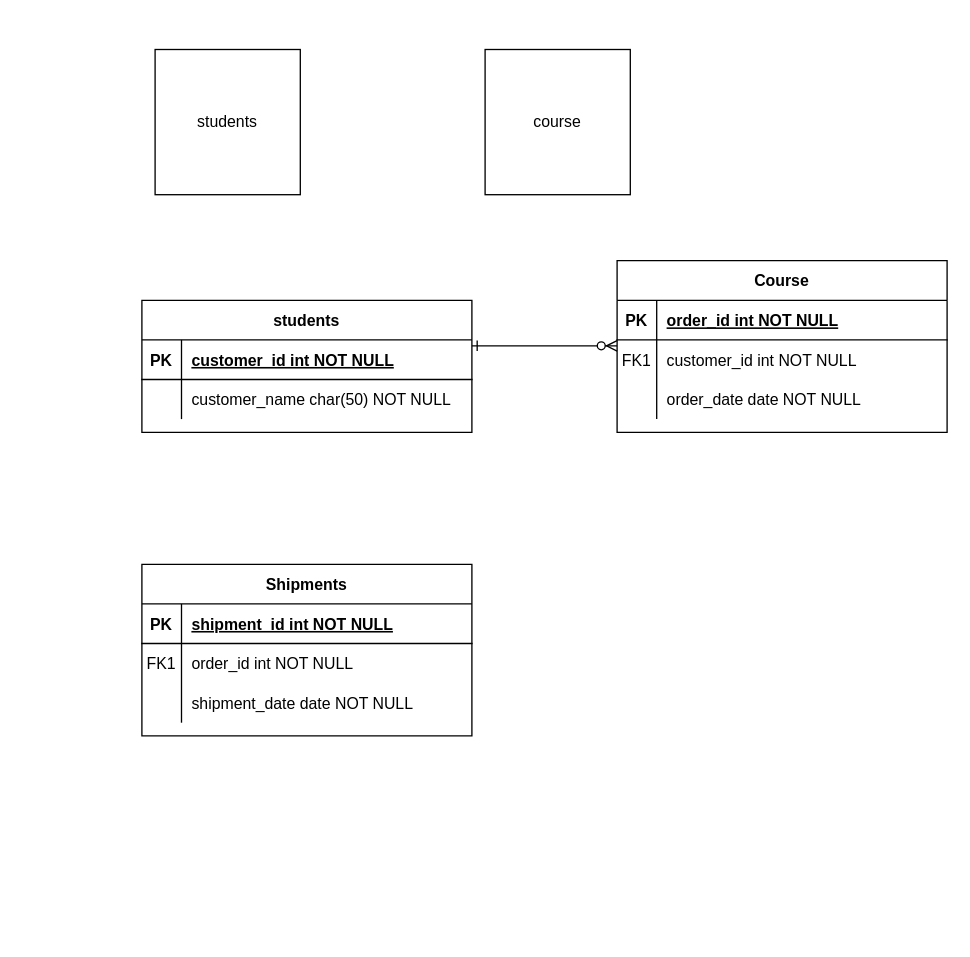
wli1992/CIDM-6325-Django keeps this draw.io diagram as Untitled Diagram.drawio. Above is the earlier version. Source tidied: cells renumbered, new cells numbered last; positions are measured from the earlier drawing's top-left corner, leaving out a move shared by most shapes. Both pictures are drawn from the tidied source at 132%, with x=0, y=0 at pixel (141, 49).
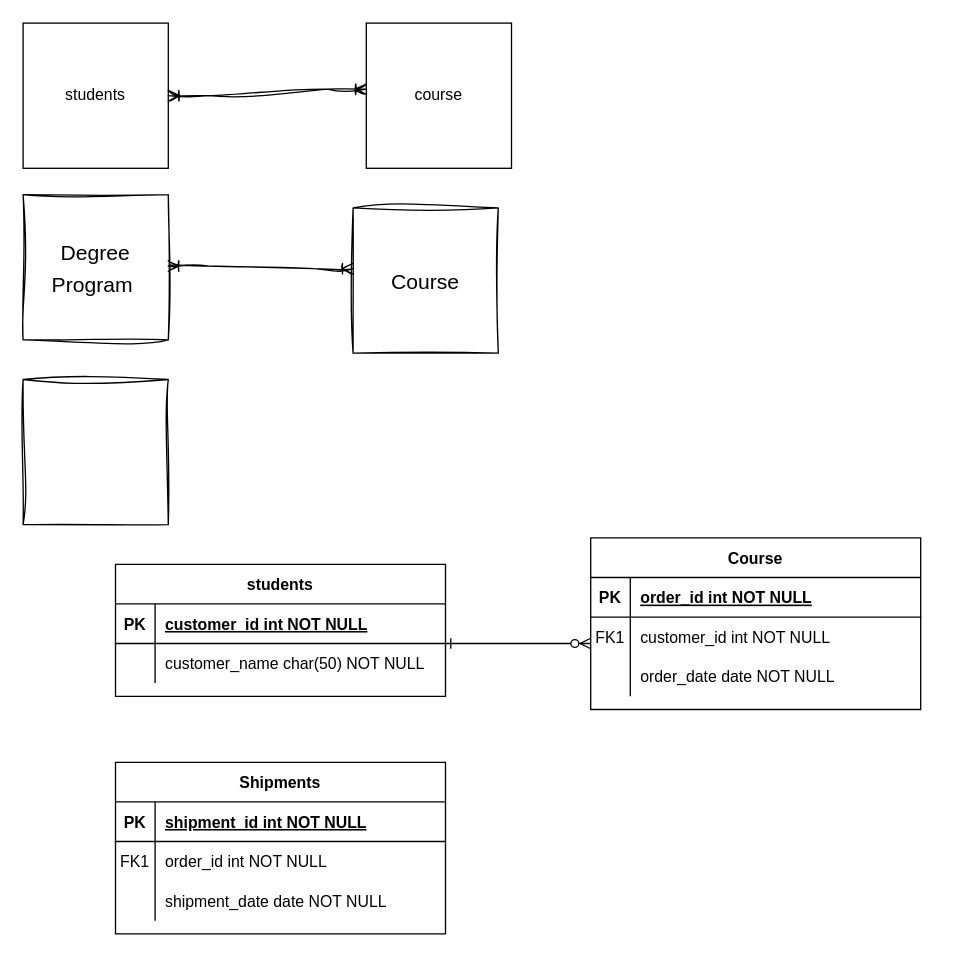
Above is the later version.

Commit message:
Advising Services Degree Checklist

What changed in the source:
```diff
@@
     <mxCell id="2" style="edgeStyle=entityRelationEdgeStyle;endArrow=ERzeroToMany;startArrow=ERone;endFill=1;startFill=0;" parent="1" edge="1">
       <mxGeometry relative="1" as="geometry">
-        <mxPoint x="250" y="224.5" as="sourcePoint" />
-        <mxPoint x="360" y="224.5" as="targetPoint" />
+        <mxPoint x="230" y="450" as="sourcePoint" />
+        <mxPoint x="340" y="450" as="targetPoint" />
       </mxGeometry>
     </mxCell>
     <mxCell id="3" value="Course" style="shape=table;startSize=30;childLayout=tableLayout;rowLines=0;fontStyle=1;align=center;" parent="1" vertex="1">
-      <mxGeometry x="360" y="160" width="250" height="130" as="geometry" />
+      <mxGeometry x="340" y="370" width="250" height="130" as="geometry" />
     </mxCell>
@@
     <mxCell id="13" value="Shipments" style="shape=table;startSize=30;childLayout=tableLayout;rowLines=0;fontStyle=1;align=center;" parent="1" vertex="1">
-      <mxGeometry y="390" width="250" height="130" as="geometry" />
+      <mxGeometry x="-20" y="540" width="250" height="130" as="geometry" />
     </mxCell>
@@
     <mxCell id="23" value="students" style="shape=table;startSize=30;childLayout=tableLayout;rowLines=0;fontStyle=1;align=center;" parent="1" vertex="1">
-      <mxGeometry y="190" width="250" height="100" as="geometry" />
+      <mxGeometry x="-20" y="390" width="250" height="100" as="geometry" />
     </mxCell>
@@
     <mxCell id="30" value="students" style="whiteSpace=wrap;html=1;" parent="1" vertex="1">
-      <mxGeometry x="10" width="110" height="110" as="geometry" />
+      <mxGeometry x="-90" y="-20" width="110" height="110" as="geometry" />
     </mxCell>
     <mxCell id="31" value="course" style="whiteSpace=wrap;html=1;" parent="1" vertex="1">
-      <mxGeometry x="260" width="110" height="110" as="geometry" />
+      <mxGeometry x="170" y="-20" width="110" height="110" as="geometry" />
     </mxCell>
+    <mxCell id="32" style="edgeStyle=entityRelationEdgeStyle;fontSize=12;html=1;endArrow=ERoneToMany;startArrow=ERoneToMany;rounded=0;sketch=1;hachureGap=4;jiggle=2;curveFitting=1;fontFamily=Architects Daughter;entryX=0;entryY=0.5;entryDx=0;entryDy=0;" parent="1" edge="1">
+      <mxGeometry relative="1" as="geometry">
+        <mxPoint x="20" y="35" as="sourcePoint" />
+        <mxPoint x="170" y="30" as="targetPoint" />
+      </mxGeometry>
+    </mxCell>
+    <mxCell id="33" value="&lt;span style=&quot;caret-color: rgb(0, 0, 0); color: rgb(0, 0, 0); font-size: 12pt; font-style: normal; font-variant-caps: normal; font-weight: 400; letter-spacing: normal; text-align: start; text-indent: 0px; text-transform: none; word-spacing: 0px; -webkit-text-stroke-width: 0px; text-decoration: none; font-family: Calibri, sans-serif;&quot;&gt;Degree Program&lt;span class=&quot;Apple-converted-space&quot;&gt;&amp;nbsp;&lt;/span&gt;&lt;/span&gt;&lt;span style=&quot;caret-color: rgb(0, 0, 0); color: rgb(0, 0, 0); font-family: -webkit-standard; font-size: medium; font-style: normal; font-variant-caps: normal; font-weight: 400; letter-spacing: normal; text-align: start; text-indent: 0px; text-transform: none; word-spacing: 0px; -webkit-text-stroke-width: 0px; text-decoration: none; float: none; display: inline !important;&quot;&gt;&lt;/span&gt;" style="whiteSpace=wrap;html=1;sketch=1;hachureGap=4;jiggle=2;curveFitting=1;fontFamily=Architects Daughter;fontSize=20;" parent="1" vertex="1">
+      <mxGeometry x="-90" y="110" width="110" height="110" as="geometry" />
+    </mxCell>
+    <mxCell id="34" value="&lt;span style=&quot;caret-color: rgb(0, 0, 0); color: rgb(0, 0, 0); font-size: 12pt; font-style: normal; font-variant-caps: normal; font-weight: 400; letter-spacing: normal; text-align: start; text-indent: 0px; text-transform: none; word-spacing: 0px; -webkit-text-stroke-width: 0px; text-decoration: none; font-family: Calibri, sans-serif;&quot;&gt;Course&lt;/span&gt;&lt;span style=&quot;caret-color: rgb(0, 0, 0); color: rgb(0, 0, 0); font-family: -webkit-standard; font-size: medium; font-style: normal; font-variant-caps: normal; font-weight: 400; letter-spacing: normal; text-align: start; text-indent: 0px; text-transform: none; word-spacing: 0px; -webkit-text-stroke-width: 0px; text-decoration: none; float: none; display: inline !important;&quot;&gt;&lt;/span&gt;" style="whiteSpace=wrap;html=1;sketch=1;hachureGap=4;jiggle=2;curveFitting=1;fontFamily=Architects Daughter;fontSize=20;" parent="1" vertex="1">
+      <mxGeometry x="160" y="120" width="110" height="110" as="geometry" />
+    </mxCell>
+    <mxCell id="35" style="edgeStyle=entityRelationEdgeStyle;fontSize=12;html=1;endArrow=ERoneToMany;startArrow=ERoneToMany;rounded=0;sketch=1;hachureGap=4;jiggle=2;curveFitting=1;fontFamily=Architects Daughter;entryX=0;entryY=0.564;entryDx=0;entryDy=0;entryPerimeter=0;" parent="1" edge="1">
+      <mxGeometry relative="1" as="geometry">
+        <mxPoint x="20" y="164" as="sourcePoint" />
+        <mxPoint x="160" y="166" as="targetPoint" />
+      </mxGeometry>
+    </mxCell>
+    <mxCell id="36" style="whiteSpace=wrap;html=1;sketch=1;hachureGap=4;jiggle=2;curveFitting=1;fontFamily=Architects Daughter;fontSize=20;" parent="1" vertex="1">
+      <mxGeometry x="-90" y="250" width="110" height="110" as="geometry" />
+    </mxCell>
```
